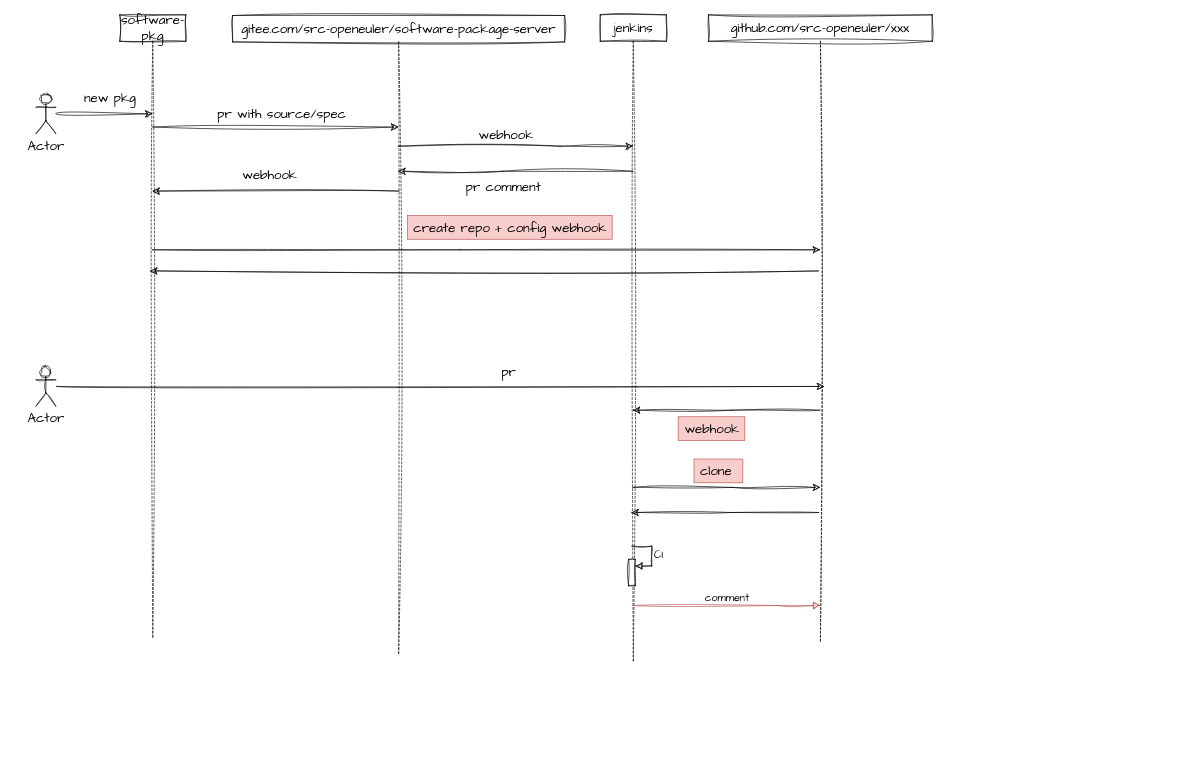
Above: github-CI.drawio in pkking/mydrawio (draw.io), before the change. Source tidied: cells renumbered, new cells numbered last; positions are measured from the earlier drawing's top-left corner, leaving out a move shared by most shapes. Both pictures are drawn from the tidied source at 66%, with x=0, y=0 at pixel (36, 15).
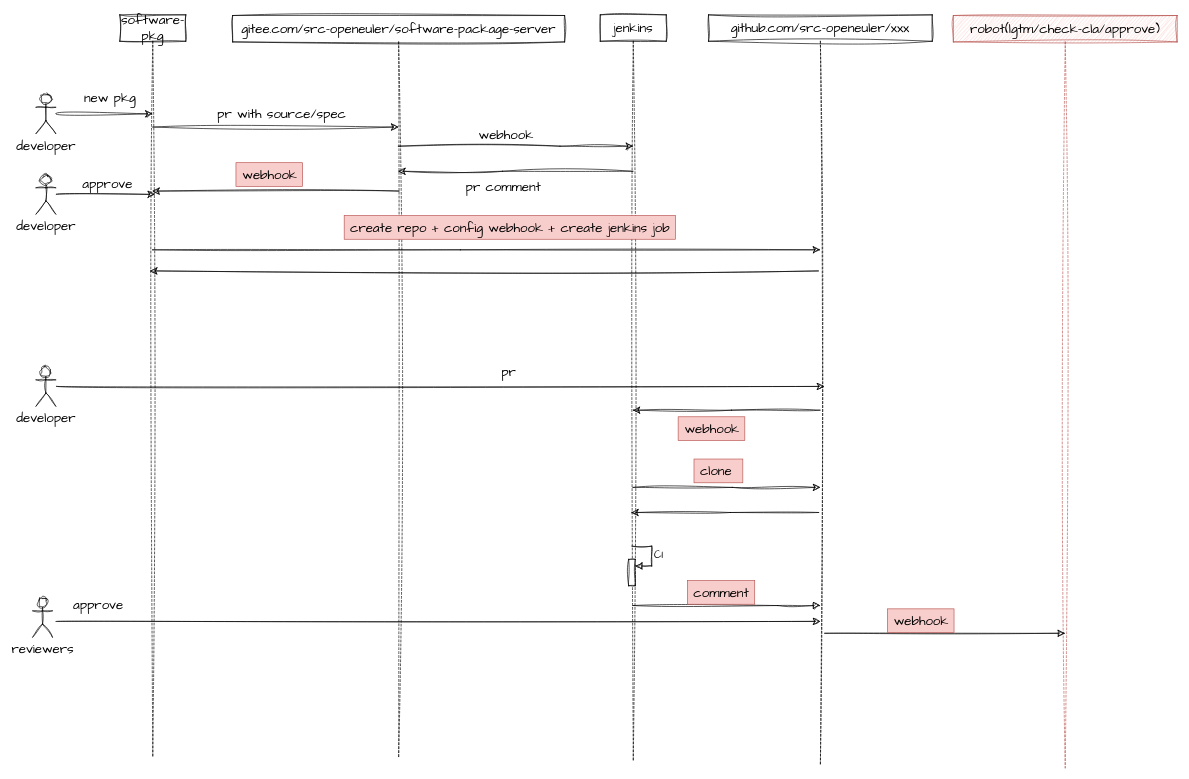
After the change.

Change to the diagram source:
```diff
@@
-    <mxCell id="3" value="Actor" style="shape=umlActor;verticalLabelPosition=bottom;verticalAlign=top;html=1;outlineConnect=0;sketch=1;hachureGap=4;jiggle=2;curveFitting=1;fontFamily=Architects Daughter;fontSize=20;" parent="1" vertex="1">
+    <mxCell id="3" value="developer" style="shape=umlActor;verticalLabelPosition=bottom;verticalAlign=top;html=1;outlineConnect=0;sketch=1;hachureGap=4;jiggle=2;curveFitting=1;fontFamily=Architects Daughter;fontSize=20;" parent="1" vertex="1">
       <mxGeometry y="120" width="30" height="60" as="geometry" />
     </mxCell>
@@
     <mxCell id="6" value="software-pkg" style="shape=umlLifeline;perimeter=lifelinePerimeter;whiteSpace=wrap;html=1;outlineConnect=0;portConstraint=eastwest;newEdgeStyle={&quot;curved&quot;:0,&quot;rounded&quot;:0};sketch=1;hachureGap=4;jiggle=2;curveFitting=1;fontFamily=Architects Daughter;fontSize=20;" parent="1" vertex="1">
-      <mxGeometry x="127" width="100" height="943" as="geometry" />
+      <mxGeometry x="127" width="100" height="1124" as="geometry" />
     </mxCell>
@@
     <mxCell id="9" value="gitee.com/src-openeuler/software-package-server" style="shape=umlLifeline;perimeter=lifelinePerimeter;whiteSpace=wrap;html=1;outlineConnect=0;portConstraint=eastwest;newEdgeStyle={&quot;curved&quot;:0,&quot;rounded&quot;:0};sketch=1;hachureGap=4;jiggle=2;curveFitting=1;fontFamily=Architects Daughter;fontSize=20;" parent="1" vertex="1">
-      <mxGeometry x="298" y="1" width="503" height="969" as="geometry" />
+      <mxGeometry x="298" y="1" width="503" height="1125" as="geometry" />
     </mxCell>
@@
     <mxCell id="14" value="jenkins" style="shape=umlLifeline;perimeter=lifelinePerimeter;whiteSpace=wrap;html=1;outlineConnect=0;portConstraint=eastwest;newEdgeStyle={&quot;curved&quot;:0,&quot;rounded&quot;:0};sketch=1;hachureGap=4;jiggle=2;curveFitting=1;fontFamily=Architects Daughter;fontSize=20;" parent="1" vertex="1">
-      <mxGeometry x="855" width="100" height="979" as="geometry" />
+      <mxGeometry x="855" width="100" height="1131" as="geometry" />
     </mxCell>
@@
-    <mxCell id="19" value="webhook" style="text;html=1;align=center;verticalAlign=middle;strokeColor=none;fillColor=none;fontSize=20;fontFamily=Architects Daughter;" parent="1" vertex="1">
+    <mxCell id="19" value="webhook" style="text;html=1;align=center;verticalAlign=middle;strokeColor=#b85450;fillColor=#f8cecc;fontSize=20;fontFamily=Architects Daughter;" parent="1" vertex="1">
       <mxGeometry x="303" y="224" width="101" height="36" as="geometry" />
     </mxCell>
@@
     <mxCell id="22" value="github.com/src-openeuler/xxx" style="shape=umlLifeline;perimeter=lifelinePerimeter;whiteSpace=wrap;html=1;outlineConnect=0;portConstraint=eastwest;newEdgeStyle={&quot;curved&quot;:0,&quot;rounded&quot;:0};sketch=1;hachureGap=4;jiggle=2;curveFitting=1;fontFamily=Architects Daughter;fontSize=20;" parent="1" vertex="1">
-      <mxGeometry x="1019" width="339" height="949" as="geometry" />
+      <mxGeometry x="1019" width="339" height="1137" as="geometry" />
     </mxCell>
-    <mxCell id="23" value="create repo + config webhook" style="text;html=1;align=center;verticalAlign=middle;strokeColor=#b85450;fillColor=#f8cecc;fontSize=20;fontFamily=Architects Daughter;" parent="1" vertex="1">
-      <mxGeometry x="563" y="304" width="310" height="36" as="geometry" />
+    <mxCell id="23" value="create repo + config webhook + create jenkins job" style="text;html=1;align=center;verticalAlign=middle;strokeColor=#b85450;fillColor=#f8cecc;fontSize=20;fontFamily=Architects Daughter;" parent="1" vertex="1">
+      <mxGeometry x="467" y="304" width="502" height="36" as="geometry" />
     </mxCell>
@@
-    <mxCell id="25" value="Actor" style="shape=umlActor;verticalLabelPosition=bottom;verticalAlign=top;html=1;outlineConnect=0;sketch=1;hachureGap=4;jiggle=2;curveFitting=1;fontFamily=Architects Daughter;fontSize=20;" parent="1" vertex="1">
+    <mxCell id="25" value="developer" style="shape=umlActor;verticalLabelPosition=bottom;verticalAlign=top;html=1;outlineConnect=0;sketch=1;hachureGap=4;jiggle=2;curveFitting=1;fontFamily=Architects Daughter;fontSize=20;" parent="1" vertex="1">
       <mxGeometry y="533" width="30" height="60" as="geometry" />
     </mxCell>
@@
-    <mxCell id="30" value="comment" style="html=1;verticalAlign=bottom;endArrow=block;curved=0;rounded=0;sketch=1;hachureGap=4;jiggle=2;curveFitting=1;fontFamily=Architects Daughter;fontSize=16;startSize=8;endSize=8;fillColor=#f8cecc;strokeColor=#b85450;" parent="1" edge="1" source="14" target="22">
+    <mxCell id="30" style="html=1;verticalAlign=bottom;endArrow=block;curved=0;rounded=0;sketch=1;hachureGap=4;jiggle=2;curveFitting=1;fontFamily=Architects Daughter;fontSize=16;startSize=8;endSize=8;" parent="1" edge="1" source="14" target="22">
       <mxGeometry relative="1" as="geometry">
         <Array as="points">
           <mxPoint x="1124" y="895" />
         </Array>
       </mxGeometry>
     </mxCell>
+    <mxCell id="31" style="edgeStyle=none;curved=1;rounded=0;sketch=1;hachureGap=4;jiggle=2;curveFitting=1;jettySize=auto;html=1;fontFamily=Architects Daughter;fontSize=16;startSize=8;endSize=8;" parent="1" edge="1" target="22">
+      <mxGeometry relative="1" as="geometry">
+        <mxPoint x="30" y="919" as="sourcePoint" />
+      </mxGeometry>
+    </mxCell>
+    <mxCell id="32" value="reviewers" style="shape=umlActor;verticalLabelPosition=bottom;verticalAlign=top;html=1;sketch=1;hachureGap=4;jiggle=2;curveFitting=1;fontFamily=Architects Daughter;fontSize=20;" parent="1" vertex="1">
+      <mxGeometry x="-5" y="883" width="30" height="60" as="geometry" />
+    </mxCell>
+    <mxCell id="33" style="edgeStyle=none;curved=1;rounded=0;sketch=1;hachureGap=4;jiggle=2;curveFitting=1;jettySize=auto;html=1;fontFamily=Architects Daughter;fontSize=16;startSize=8;endSize=8;" parent="1" edge="1" source="34">
+      <mxGeometry relative="1" as="geometry">
+        <mxPoint x="180" y="272" as="targetPoint" />
+      </mxGeometry>
+    </mxCell>
+    <mxCell id="34" value="developer" style="shape=umlActor;verticalLabelPosition=bottom;verticalAlign=top;html=1;outlineConnect=0;sketch=1;hachureGap=4;jiggle=2;curveFitting=1;fontFamily=Architects Daughter;fontSize=20;" parent="1" vertex="1">
+      <mxGeometry y="242" width="30" height="60" as="geometry" />
+    </mxCell>
+    <mxCell id="35" value="approve" style="text;html=1;align=center;verticalAlign=middle;strokeColor=none;fillColor=none;fontSize=20;fontFamily=Architects Daughter;" parent="1" vertex="1">
+      <mxGeometry x="61" y="238" width="94" height="36" as="geometry" />
+    </mxCell>
+    <mxCell id="36" value="approve" style="text;html=1;align=center;verticalAlign=middle;strokeColor=none;fillColor=none;fontSize=20;fontFamily=Architects Daughter;" parent="1" vertex="1">
+      <mxGeometry x="47" y="876" width="94" height="36" as="geometry" />
+    </mxCell>
+    <mxCell id="37" value="robot(lgtm/check-cla/approve)" style="shape=umlLifeline;perimeter=lifelinePerimeter;whiteSpace=wrap;html=1;outlineConnect=0;portConstraint=eastwest;newEdgeStyle={&quot;curved&quot;:0,&quot;rounded&quot;:0};sketch=1;hachureGap=4;jiggle=2;curveFitting=1;fontFamily=Architects Daughter;fontSize=20;fillColor=#f8cecc;strokeColor=#b85450;" parent="1" vertex="1">
+      <mxGeometry x="1390" y="1" width="339" height="1140" as="geometry" />
+    </mxCell>
+    <mxCell id="38" style="html=1;verticalAlign=bottom;endArrow=block;curved=0;rounded=0;sketch=1;hachureGap=4;jiggle=2;curveFitting=1;fontFamily=Architects Daughter;fontSize=16;startSize=8;endSize=8;" parent="1" edge="1" target="37">
+      <mxGeometry relative="1" as="geometry">
+        <mxPoint x="1195" y="937" as="sourcePoint" />
+      </mxGeometry>
+    </mxCell>
+    <mxCell id="39" value="webhook" style="text;html=1;align=center;verticalAlign=middle;strokeColor=#b85450;fillColor=#f8cecc;fontSize=20;fontFamily=Architects Daughter;" parent="1" vertex="1">
+      <mxGeometry x="1290" y="900" width="101" height="36" as="geometry" />
+    </mxCell>
+    <mxCell id="40" value="comment" style="text;html=1;align=center;verticalAlign=middle;strokeColor=#b85450;fillColor=#f8cecc;fontSize=20;fontFamily=Architects Daughter;" parent="1" vertex="1">
+      <mxGeometry x="987" y="857" width="102" height="36" as="geometry" />
+    </mxCell>
```
